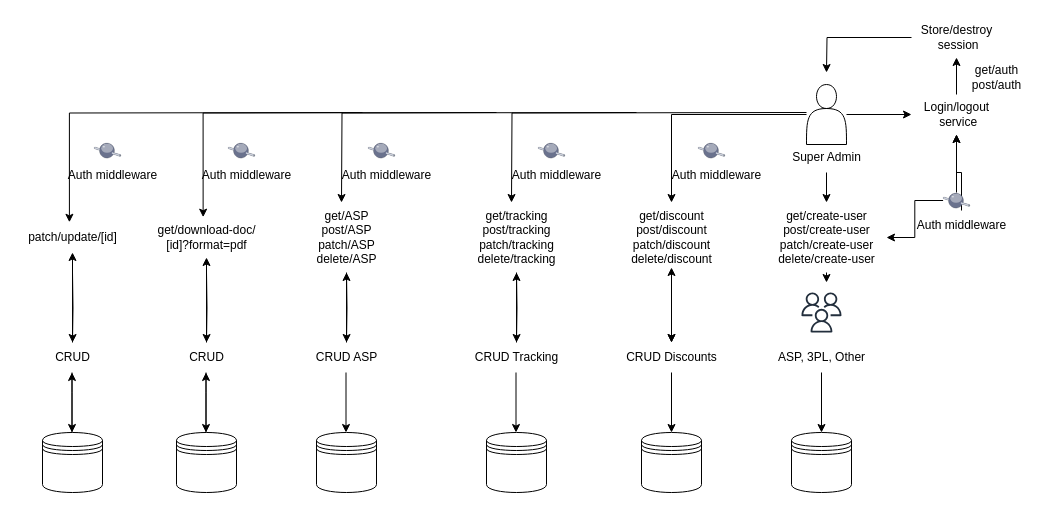
nakulnagariy/chrome-extension keeps this draw.io diagram as legalyatra.drawio. Above is the earlier version. Source tidied: cells renumbered, new cells numbered last; positions are measured from the earlier drawing's top-left corner, leaving out a move shared by most shapes. Both pictures are drawn from the tidied source at 100%, with x=0, y=0 at pixel (17, 17).
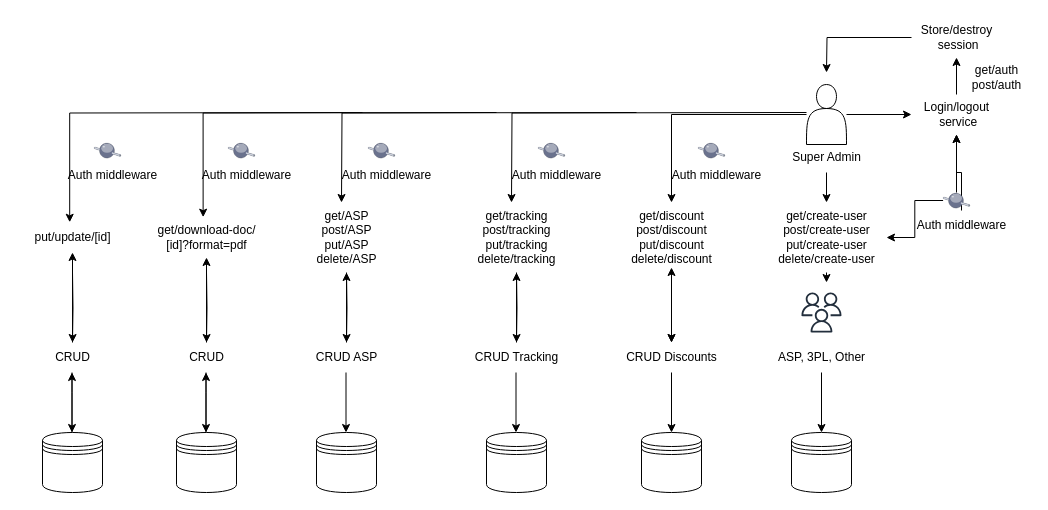
Above is the later version.

The change refers to these unchanged cells:
```xml
<mxCell id="25" style="group;" parent="1" vertex="1">
  <mxGeometry x="444" y="95" width="340" height="380" as="geometry" />
</mxCell>
<mxCell id="37" style="group;" parent="1" vertex="1">
  <mxGeometry x="274" y="95" width="340" height="380" as="geometry" />
</mxCell>
<mxCell id="60" style="group;" parent="48" vertex="1">
  <mxGeometry x="-134" width="340" height="380" as="geometry" />
</mxCell>
<mxCell id="72" style="group;" parent="1" vertex="1">
  <mxGeometry x="599" y="125" width="155" height="350" as="geometry" />
</mxCell>
```

The edit, as a diff of the source:
```diff
@@
-    <mxCell id="12" value="get/create-user&lt;br&gt;post/create-user&lt;br&gt;patch/create-user&lt;br&gt;delete/create-user" style="text;html=1;align=center;verticalAlign=middle;points=[];strokeColor=none;fillColor=none;" parent="1" vertex="1">
+    <mxCell id="12" value="get/create-user&lt;br&gt;post/create-user&lt;br&gt;put/create-user&lt;br&gt;delete/create-user" style="text;html=1;align=center;verticalAlign=middle;points=[];strokeColor=none;fillColor=none;" parent="1" vertex="1">
       <mxGeometry x="749" y="185" width="120" height="70" as="geometry" />
     </mxCell>
@@
-    <mxCell id="34" value="get/tracking&lt;br style=&quot;border-color: var(--border-color);&quot;&gt;post/tracking&lt;br style=&quot;border-color: var(--border-color);&quot;&gt;patch/tracking&lt;br style=&quot;border-color: var(--border-color);&quot;&gt;delete/tracking" style="text;html=1;align=center;verticalAlign=middle;points=[];strokeColor=none;fillColor=none;" parent="25" vertex="1">
+    <mxCell id="34" value="get/tracking&lt;br style=&quot;border-color: var(--border-color);&quot;&gt;post/tracking&lt;br style=&quot;border-color: var(--border-color);&quot;&gt;put/tracking&lt;br style=&quot;border-color: var(--border-color);&quot;&gt;delete/tracking" style="text;html=1;align=center;verticalAlign=middle;points=[];strokeColor=none;fillColor=none;" parent="25" vertex="1">
       <mxGeometry x="5" y="90" width="100" height="70" as="geometry" />
     </mxCell>
@@
-    <mxCell id="46" value="get/ASP&lt;br style=&quot;border-color: var(--border-color);&quot;&gt;post/ASP&lt;br style=&quot;border-color: var(--border-color);&quot;&gt;patch/ASP&lt;br style=&quot;border-color: var(--border-color);&quot;&gt;delete/ASP" style="text;html=1;align=center;verticalAlign=middle;points=[];strokeColor=none;fillColor=none;" parent="37" vertex="1">
+    <mxCell id="46" value="get/ASP&lt;br style=&quot;border-color: var(--border-color);&quot;&gt;post/ASP&lt;br style=&quot;border-color: var(--border-color);&quot;&gt;put/ASP&lt;br style=&quot;border-color: var(--border-color);&quot;&gt;delete/ASP" style="text;html=1;align=center;verticalAlign=middle;points=[];strokeColor=none;fillColor=none;" parent="37" vertex="1">
       <mxGeometry x="15" y="90" width="80" height="70" as="geometry" />
     </mxCell>
@@
-    <mxCell id="69" value="patch/update/[id]" style="text;html=1;align=center;verticalAlign=middle;points=[];strokeColor=none;fillColor=none;" parent="60" vertex="1">
-      <mxGeometry y="110" width="110" height="30" as="geometry" />
+    <mxCell id="69" value="put/update/[id]" style="text;html=1;align=center;verticalAlign=middle;points=[];strokeColor=none;fillColor=none;" parent="60" vertex="1">
+      <mxGeometry x="5" y="110" width="100" height="30" as="geometry" />
     </mxCell>
@@
-    <mxCell id="76" value="get/discount&lt;br&gt;post/discount&lt;br&gt;patch/discount&lt;br&gt;delete/discount" style="text;html=1;align=center;verticalAlign=middle;points=[];strokeColor=none;fillColor=none;" parent="72" vertex="1">
+    <mxCell id="76" value="get/discount&lt;br&gt;post/discount&lt;br&gt;put/discount&lt;br&gt;delete/discount" style="text;html=1;align=center;verticalAlign=middle;points=[];strokeColor=none;fillColor=none;" parent="72" vertex="1">
       <mxGeometry x="5" y="60" width="100" height="70" as="geometry" />
     </mxCell>
```
